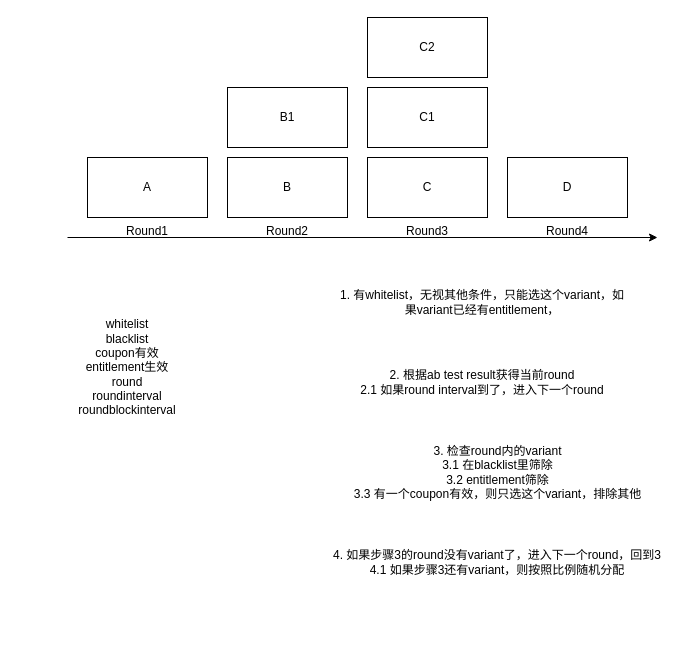
The draw.io diagram 优惠券循环示意图.drawio in evagle/awesome, before the edit. Source tidied: cells renumbered, new cells numbered last; positions are measured from the earlier drawing's top-left corner, leaving out a move shared by most shapes. Both pictures are drawn from the tidied source at 100%, with x=0, y=0 at pixel (17, 17).
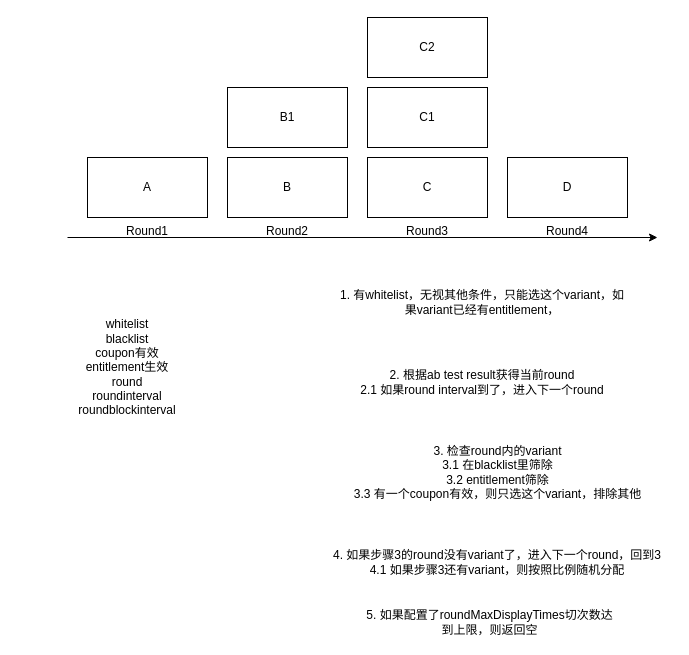
Above is the later version.

Commit message:
Update 优惠券循环示意图.drawio

The edit, as a diff of the source:
```diff
@@
+    <mxCell id="19" value="5. 如果配置了roundMaxDisplayTimes切次数达到上限，则返回空" style="text;html=1;strokeColor=none;fillColor=none;align=center;verticalAlign=middle;whiteSpace=wrap;rounded=0;" parent="1" vertex="1">
+      <mxGeometry x="345" y="590" width="255" height="30" as="geometry" />
+    </mxCell>
```
